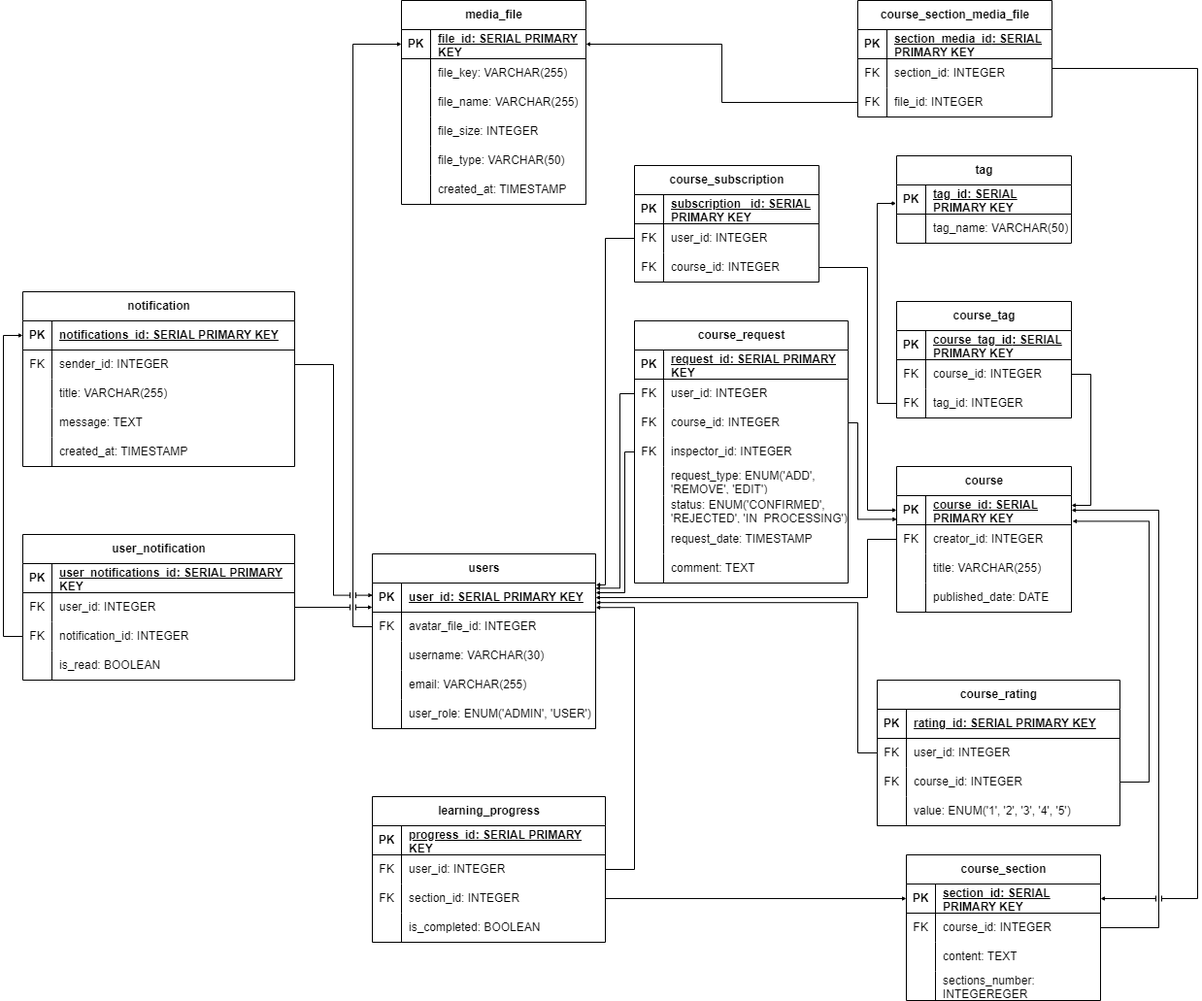
Earlier version of the draw.io export diagrams/Физическая модель базы данных (Physical database model)/Физическая модель БД.png (sahland/9.5-Team). Source tidied: cells renumbered, new cells last; positions are measured from the earlier drawing's top-left corner, leaving out a move shared by most shapes.
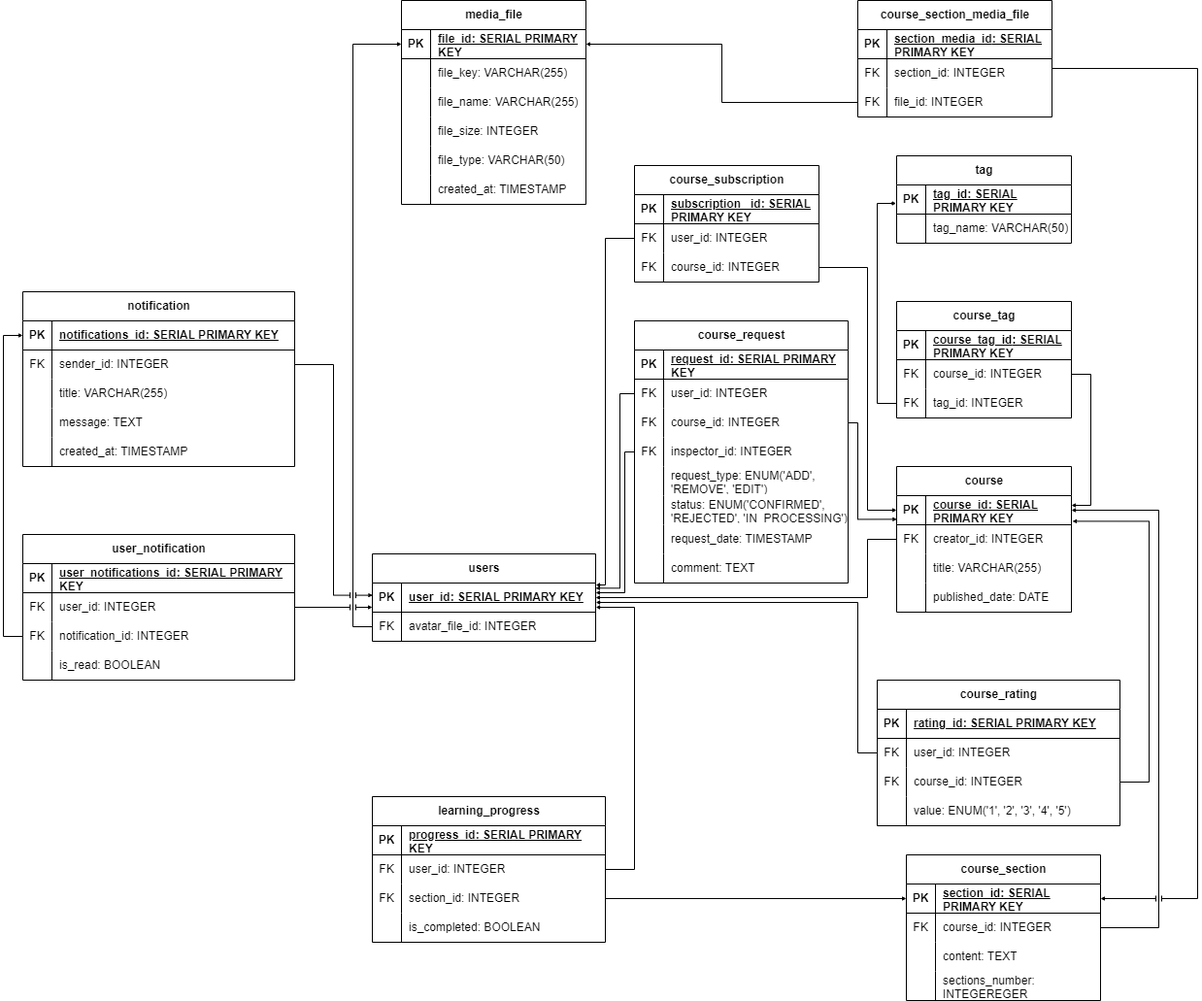
Later version of the same file.

Commit message:
fix: chage diagrams user db table

Diff of the diagram source:
```diff
@@ -3,7 +3,7 @@
     <mxCell id="0" />
     <mxCell id="1" parent="0" />
     <mxCell id="2" value="users" style="shape=table;startSize=30;rowLines=0;fontStyle=1;align=center;html=1;" parent="1" vertex="1">
-      <mxGeometry x="360" y="570" width="230" height="180" as="geometry" />
+      <mxGeometry x="360" y="570" width="230" height="90" as="geometry" />
     </mxCell>
     <mxCell id="3" style="shape=tableRow;horizontal=0;startSize=0;swimlaneHead=0;swimlaneBody=0;fillColor=none;points=[[0,0.5],[1,0.5]];portConstraint=eastwest;top=0;left=0;right=0;bottom=1;" parent="2" vertex="1">
       <mxGeometry y="30" width="230" height="30" as="geometry" />
@@ -23,33 +23,6 @@
     <mxCell id="8" value="avatar_file_id: INTEGER" style="shape=partialRectangle;fillColor=none;top=0;left=0;bottom=0;right=0;align=left;spacingLeft=6;overflow=hidden;whiteSpace=wrap;html=1;" parent="6" vertex="1">
       <mxGeometry x="30" width="200" height="30" as="geometry" />
     </mxCell>
-    <mxCell id="9" style="shape=tableRow;horizontal=0;startSize=0;swimlaneHead=0;swimlaneBody=0;fillColor=none;top=0;left=0;right=0;bottom=0;" parent="2" vertex="1">
-      <mxGeometry y="90" width="230" height="30" as="geometry" />
-    </mxCell>
-    <mxCell id="10" style="shape=partialRectangle;fillColor=none;top=0;left=0;bottom=0;right=0;overflow=hidden;whiteSpace=wrap;html=1;" parent="9" vertex="1">
-      <mxGeometry width="30" height="30" as="geometry" />
-    </mxCell>
-    <mxCell id="11" value="username: VARCHAR(30)" style="shape=partialRectangle;fillColor=none;top=0;left=0;bottom=0;right=0;align=left;spacingLeft=6;overflow=hidden;whiteSpace=wrap;html=1;" parent="9" vertex="1">
-      <mxGeometry x="30" width="200" height="30" as="geometry" />
-    </mxCell>
-    <mxCell id="12" style="shape=tableRow;horizontal=0;startSize=0;swimlaneHead=0;swimlaneBody=0;fillColor=none;top=0;left=0;right=0;bottom=0;" parent="2" vertex="1">
-      <mxGeometry y="120" width="230" height="30" as="geometry" />
-    </mxCell>
-    <mxCell id="13" style="shape=partialRectangle;fillColor=none;top=0;left=0;bottom=0;right=0;overflow=hidden;whiteSpace=wrap;html=1;" parent="12" vertex="1">
-      <mxGeometry width="30" height="30" as="geometry" />
-    </mxCell>
-    <mxCell id="14" value="email: VARCHAR(255)" style="shape=partialRectangle;fillColor=none;top=0;left=0;bottom=0;right=0;align=left;spacingLeft=6;overflow=hidden;whiteSpace=wrap;html=1;" parent="12" vertex="1">
-      <mxGeometry x="30" width="200" height="30" as="geometry" />
-    </mxCell>
-    <mxCell id="15" style="shape=tableRow;horizontal=0;startSize=0;swimlaneHead=0;swimlaneBody=0;fillColor=none;top=0;left=0;right=0;bottom=0;" parent="2" vertex="1">
-      <mxGeometry y="150" width="230" height="30" as="geometry" />
-    </mxCell>
-    <mxCell id="16" style="shape=partialRectangle;fillColor=none;top=0;left=0;bottom=0;right=0;overflow=hidden;whiteSpace=wrap;html=1;" parent="15" vertex="1">
-      <mxGeometry width="30" height="30" as="geometry" />
-    </mxCell>
-    <mxCell id="17" value="user_role: ENUM('ADMIN', 'USER')" style="shape=partialRectangle;fillColor=none;top=0;left=0;bottom=0;right=0;align=left;spacingLeft=6;overflow=hidden;whiteSpace=wrap;html=1;" parent="15" vertex="1">
-      <mxGeometry x="30" width="200" height="30" as="geometry" />
-    </mxCell>
     <mxCell id="18" value="course" style="shape=table;startSize=30;rowLines=0;fontStyle=1;align=center;html=1;" parent="1" vertex="1">
       <mxGeometry x="900" y="480" width="180" height="150" as="geometry" />
     </mxCell>
```
